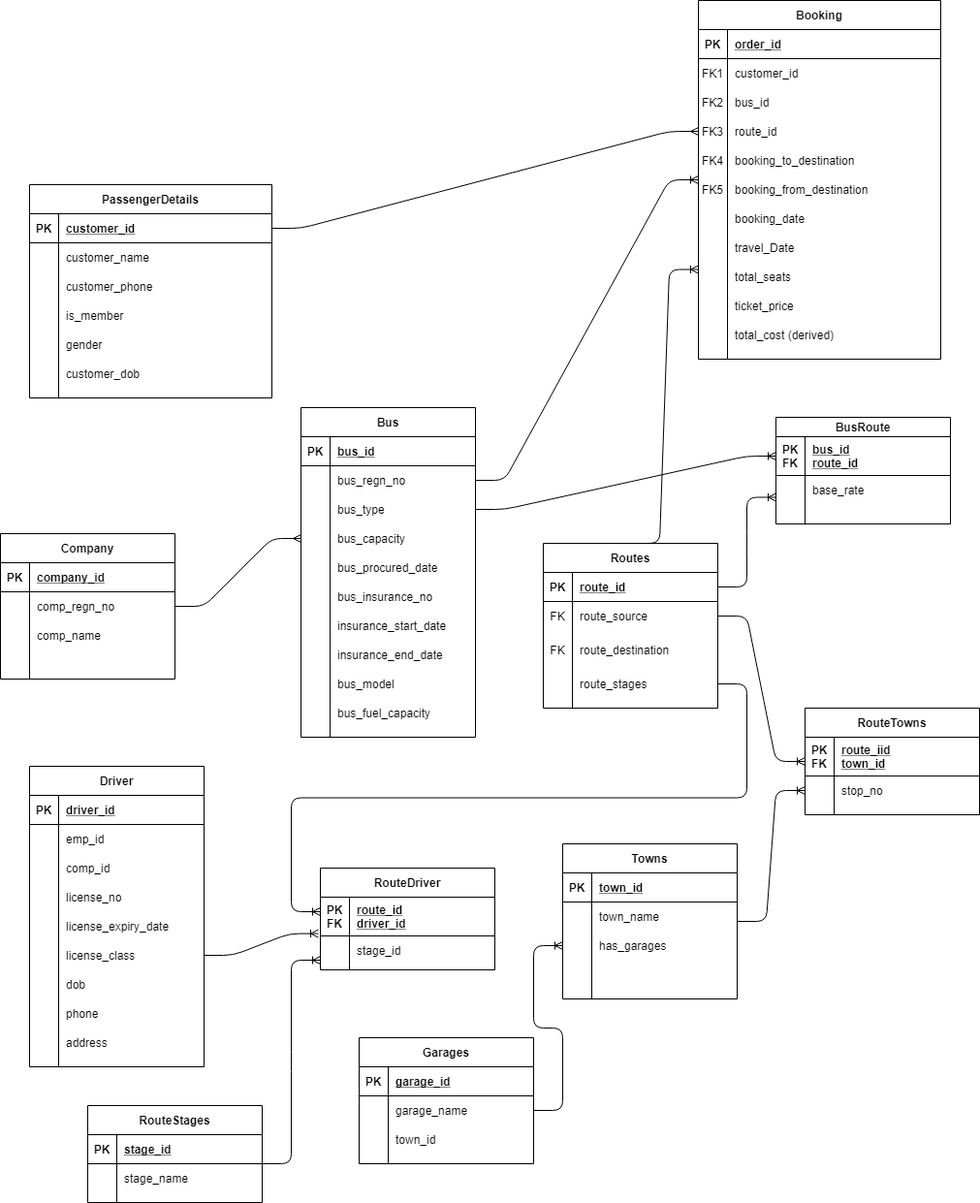
Above: Untitled Diagram.png in hastyhoop/portfolio (draw.io), before the change. Source tidied: cells renumbered, new cells last; positions are measured from the earlier drawing's top-left corner, leaving out a move shared by most shapes.
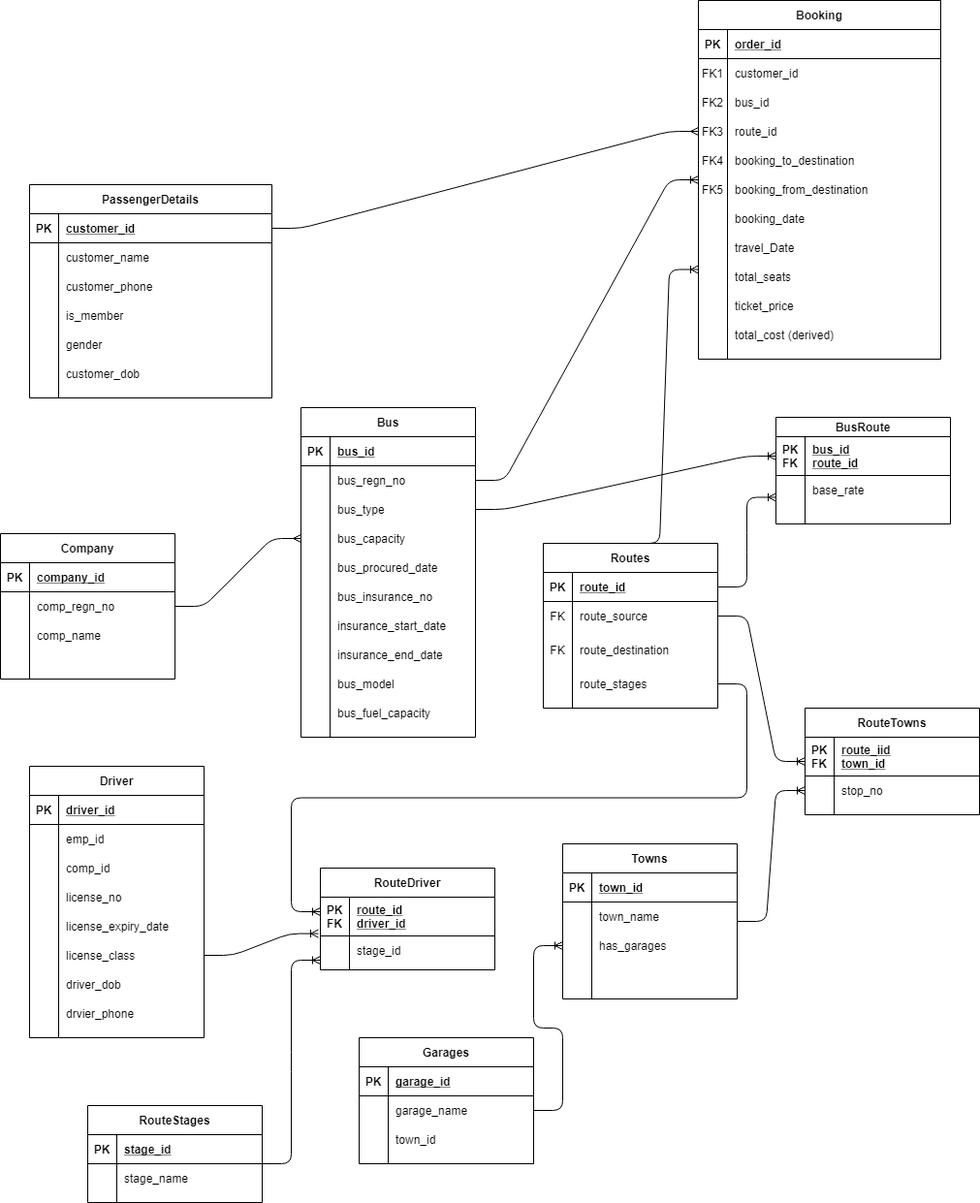
After the change.

Diff of the diagram source:
```diff
@@ -402,7 +402,7 @@
       <mxGeometry x="30" width="150" height="30" as="geometry" />
     </mxCell>
     <mxCell id="135" value="Driver" style="shape=table;startSize=30;rowLines=0;fontStyle=1;align=center;" parent="1" vertex="1">
-      <mxGeometry x="30" y="790" width="180" height="310" as="geometry" />
+      <mxGeometry x="30" y="790" width="180" height="280" as="geometry" />
     </mxCell>
     <mxCell id="136" style="shape=partialRectangle;fillColor=none;top=0;left=0;bottom=1;right=0;" parent="135" vertex="1">
       <mxGeometry y="30" width="180" height="30" as="geometry" />
@@ -464,7 +464,7 @@
     <mxCell id="155" style="shape=partialRectangle;fillColor=none;top=0;left=0;bottom=0;right=0;overflow=hidden;" parent="154" vertex="1">
       <mxGeometry width="30" height="30" as="geometry" />
     </mxCell>
-    <mxCell id="156" value="dob" style="shape=partialRectangle;fillColor=none;top=0;left=0;bottom=0;right=0;align=left;spacingLeft=6;overflow=hidden;" parent="154" vertex="1">
+    <mxCell id="156" value="driver_dob" style="shape=partialRectangle;fillColor=none;top=0;left=0;bottom=0;right=0;align=left;spacingLeft=6;overflow=hidden;" parent="154" vertex="1">
       <mxGeometry x="30" width="150" height="30" as="geometry" />
     </mxCell>
     <mxCell id="157" style="shape=partialRectangle;fillColor=none;top=0;left=0;bottom=0;right=0;" parent="135" vertex="1">
@@ -473,18 +473,9 @@
     <mxCell id="158" style="shape=partialRectangle;fillColor=none;top=0;left=0;bottom=0;right=0;overflow=hidden;" parent="157" vertex="1">
       <mxGeometry width="30" height="30" as="geometry" />
     </mxCell>
-    <mxCell id="159" value="phone" style="shape=partialRectangle;fillColor=none;top=0;left=0;bottom=0;right=0;align=left;spacingLeft=6;overflow=hidden;" parent="157" vertex="1">
+    <mxCell id="159" value="drvier_phone" style="shape=partialRectangle;fillColor=none;top=0;left=0;bottom=0;right=0;align=left;spacingLeft=6;overflow=hidden;" parent="157" vertex="1">
       <mxGeometry x="30" width="150" height="30" as="geometry" />
     </mxCell>
-    <mxCell id="160" style="shape=partialRectangle;fillColor=none;top=0;left=0;bottom=0;right=0;" parent="135" vertex="1">
-      <mxGeometry y="270" width="180" height="30" as="geometry" />
-    </mxCell>
-    <mxCell id="161" style="shape=partialRectangle;fillColor=none;top=0;left=0;bottom=0;right=0;overflow=hidden;" parent="160" vertex="1">
-      <mxGeometry width="30" height="30" as="geometry" />
-    </mxCell>
-    <mxCell id="162" value="address" style="shape=partialRectangle;fillColor=none;top=0;left=0;bottom=0;right=0;align=left;spacingLeft=6;overflow=hidden;" parent="160" vertex="1">
-      <mxGeometry x="30" width="150" height="30" as="geometry" />
-    </mxCell>
     <mxCell id="163" value="RouteDriver" style="shape=table;startSize=30;rowLines=0;fontStyle=1;align=center;" parent="1" vertex="1">
       <mxGeometry x="330" y="895" width="180" height="105" as="geometry" />
     </mxCell>
```
